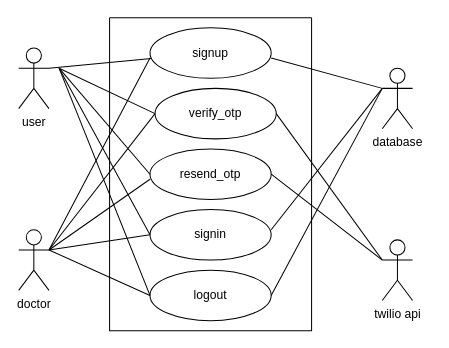
This is response use case.drawio from souravbiswassanto/Projects, a draw.io file, before an edit. Source tidied: cells renumbered, new cells numbered last; positions are measured from the earlier drawing's top-left corner, leaving out a move shared by most shapes. Both pictures are drawn from the tidied source at 101%, with x=0, y=0 at pixel (18, 17).
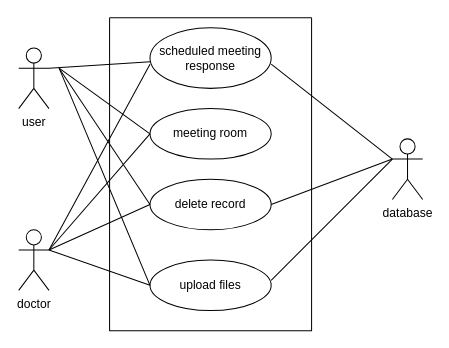
The same page after the edit.

The change refers to these unchanged cells:
```xml
<mxCell id="5" style="swimlane;startSize=0;" parent="1" vertex="1">
  <mxGeometry x="90" width="200" height="310" as="geometry" />
</mxCell>
```

The edit, as a diff of the source:
```diff
@@
-    <mxCell id="4" value="twilio api" style="shape=umlActor;verticalLabelPosition=bottom;verticalAlign=top;html=1;" parent="1" vertex="1">
-      <mxGeometry x="360" y="220" width="30" height="60" as="geometry" />
-    </mxCell>
@@
-    <mxCell id="6" value="signup" style="ellipse;whiteSpace=wrap;html=1;" parent="5" vertex="1">
-      <mxGeometry x="40" y="10" width="120" height="50" as="geometry" />
+    <mxCell id="6" value="scheduled meeting response" style="ellipse;whiteSpace=wrap;html=1;" parent="5" vertex="1">
+      <mxGeometry x="40" y="10" width="120" height="60" as="geometry" />
     </mxCell>
-    <mxCell id="7" value="verify_otp" style="ellipse;whiteSpace=wrap;html=1;" parent="5" vertex="1">
-      <mxGeometry x="45" y="70" width="120" height="50" as="geometry" />
+    <mxCell id="7" value="meeting room" style="ellipse;whiteSpace=wrap;html=1;" parent="5" vertex="1">
+      <mxGeometry x="40" y="90" width="120" height="50" as="geometry" />
     </mxCell>
-    <mxCell id="8" value="resend_otp" style="ellipse;whiteSpace=wrap;html=1;" parent="5" vertex="1">
-      <mxGeometry x="40" y="130" width="120" height="50" as="geometry" />
+    <mxCell id="8" value="delete record" style="ellipse;whiteSpace=wrap;html=1;" parent="5" vertex="1">
+      <mxGeometry x="40" y="160" width="120" height="50" as="geometry" />
     </mxCell>
-    <mxCell id="9" value="signin" style="ellipse;whiteSpace=wrap;html=1;" parent="5" vertex="1">
-      <mxGeometry x="40" y="190" width="120" height="50" as="geometry" />
+    <mxCell id="9" value="upload files" style="ellipse;whiteSpace=wrap;html=1;" parent="5" vertex="1">
+      <mxGeometry x="40" y="240" width="120" height="50" as="geometry" />
     </mxCell>
-    <mxCell id="10" value="logout" style="ellipse;whiteSpace=wrap;html=1;" parent="5" vertex="1">
-      <mxGeometry x="40" y="250" width="120" height="50" as="geometry" />
-    </mxCell>
     <mxCell id="11" value="database" style="shape=umlActor;verticalLabelPosition=bottom;verticalAlign=top;html=1;outlineConnect=0;" parent="1" vertex="1">
-      <mxGeometry x="360" y="50" width="30" height="60" as="geometry" />
+      <mxGeometry x="370" y="120" width="30" height="60" as="geometry" />
     </mxCell>
@@
-    <mxCell id="16" style="endArrow=none;html=1;rounded=0;exitX=1;exitY=0.5;exitDx=0;exitDy=0;" parent="1" edge="1" source="7">
-      <mxGeometry relative="1" as="geometry">
-        <mxPoint x="360" y="240" as="targetPoint" />
-      </mxGeometry>
-    </mxCell>
@@
-    <mxCell id="18" style="endArrow=none;html=1;rounded=0;exitX=1;exitY=0.5;exitDx=0;exitDy=0;" parent="1" edge="1" source="8">
-      <mxGeometry relative="1" as="geometry">
-        <mxPoint x="360" y="240" as="targetPoint" />
-      </mxGeometry>
-    </mxCell>
-    <mxCell id="19" style="endArrow=none;html=1;rounded=0;" parent="1" edge="1">
+    <mxCell id="19" style="endArrow=none;html=1;rounded=0;entryX=0;entryY=0.5;entryDx=0;entryDy=0;" parent="1" edge="1" target="8">
       <mxGeometry relative="1" as="geometry">
         <mxPoint x="30" y="230" as="sourcePoint" />
-        <mxPoint x="130" y="160" as="targetPoint" />
       </mxGeometry>
     </mxCell>
@@
-    <mxCell id="23" style="endArrow=none;html=1;rounded=0;exitX=1;exitY=0.4;exitDx=0;exitDy=0;exitPerimeter=0;" parent="1" edge="1" source="9">
-      <mxGeometry relative="1" as="geometry">
-        <mxPoint x="360" y="70" as="targetPoint" />
-      </mxGeometry>
-    </mxCell>
-    <mxCell id="24" style="endArrow=none;html=1;rounded=0;exitX=0;exitY=0.5;exitDx=0;exitDy=0;" parent="1" edge="1" source="10">
-      <mxGeometry relative="1" as="geometry">
-        <mxPoint x="40" y="50" as="targetPoint" />
-      </mxGeometry>
-    </mxCell>
-    <mxCell id="25" style="endArrow=none;html=1;rounded=0;exitX=0;exitY=0.5;exitDx=0;exitDy=0;" parent="1" edge="1" source="10">
-      <mxGeometry relative="1" as="geometry">
-        <mxPoint x="30" y="230" as="targetPoint" />
-      </mxGeometry>
-    </mxCell>
-    <mxCell id="26" style="endArrow=none;html=1;rounded=0;exitX=1;exitY=0.5;exitDx=0;exitDy=0;" parent="1" edge="1" source="10">
-      <mxGeometry relative="1" as="geometry">
-        <mxPoint x="360" y="70" as="targetPoint" />
-      </mxGeometry>
-    </mxCell>
+    <mxCell id="27" style="endArrow=none;html=1;rounded=0;" parent="1" edge="1">
+      <mxGeometry relative="1" as="geometry">
+        <mxPoint x="250" y="260" as="sourcePoint" />
+        <mxPoint x="370" y="140" as="targetPoint" />
+      </mxGeometry>
+    </mxCell>
+    <mxCell id="28" style="endArrow=none;html=1;rounded=0;entryX=0;entryY=0.3333333333333333;entryDx=0;entryDy=0;entryPerimeter=0;exitX=1;exitY=0.5;exitDx=0;exitDy=0;" parent="1" edge="1" source="8" target="11">
+      <mxGeometry relative="1" as="geometry" />
+    </mxCell>
```
